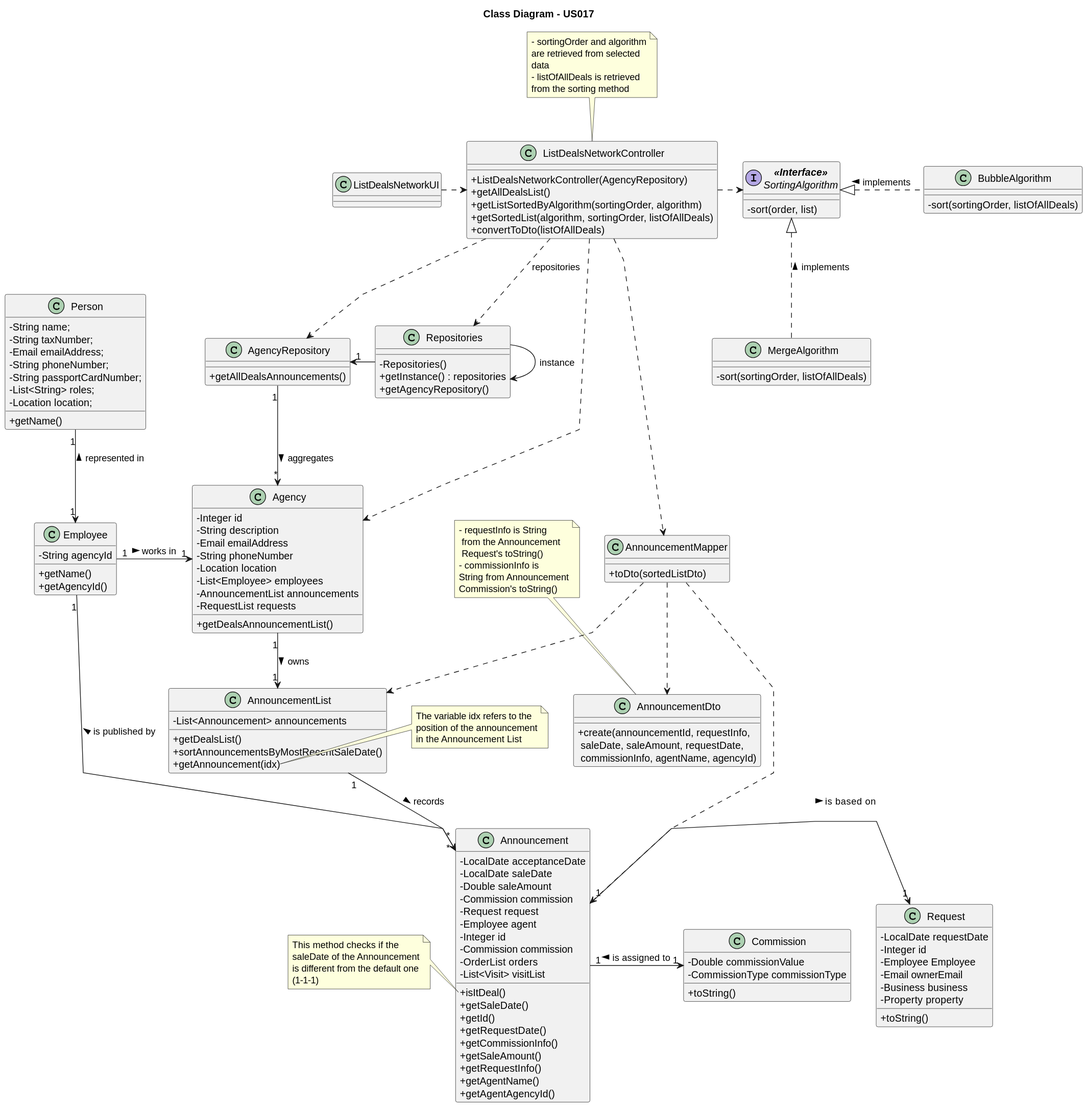
The PlantUML diagram docs/sprintD/us017/03.design/svg/us017-class-diagram.svg in rita-barbosa/LAPR2-2223, before a commit.
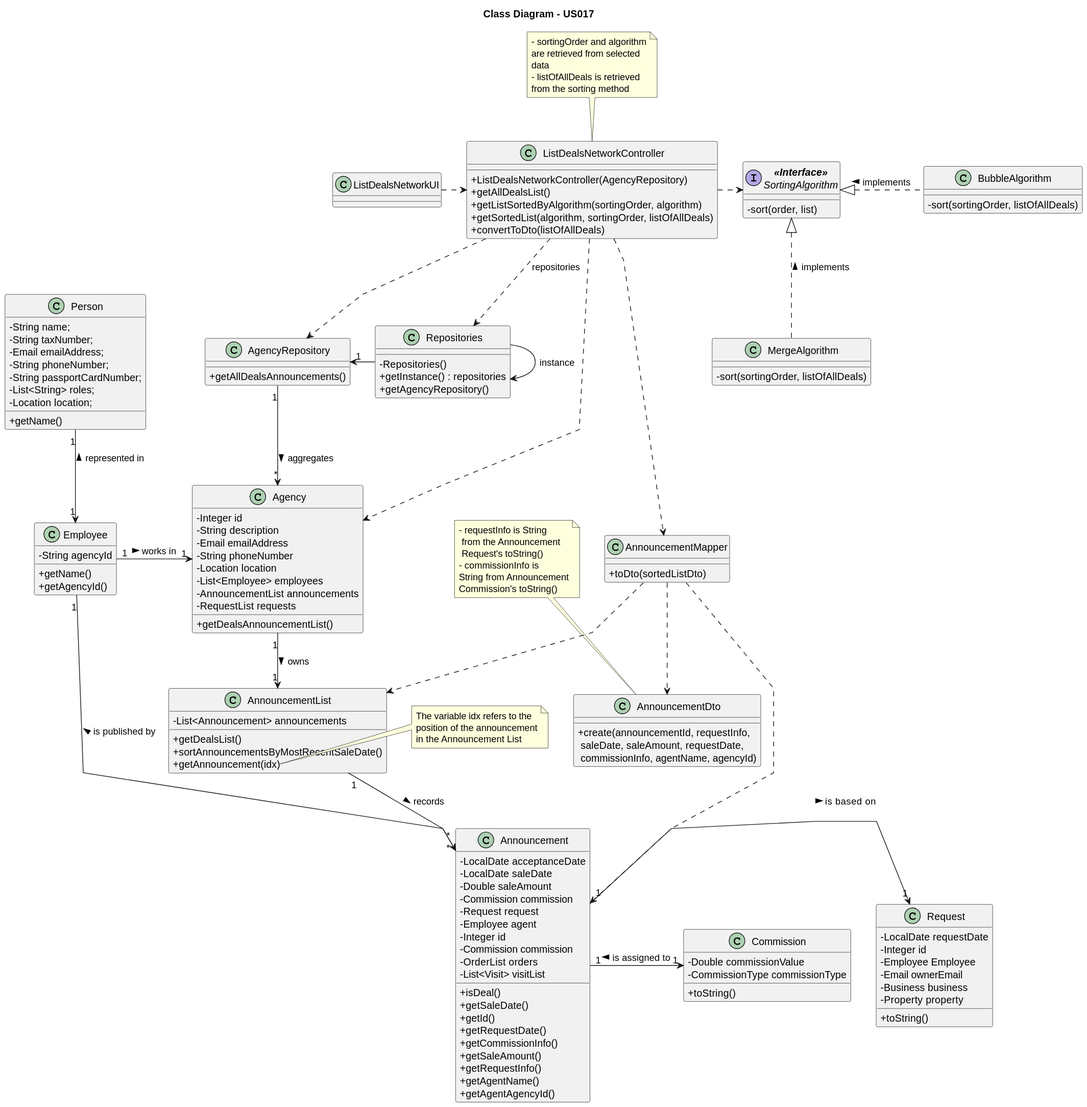
The same diagram one commit later.

Commit message:
Class Diagram Update [US017] [Design]

Change to the diagram source:
```diff
@@ -62,7 +62,7 @@
     - Commission commission
     - OrderList orders
     - List<Visit> visitList
-    + isItDeal()
+    + isDeal()
     + getSaleDate()
     + getId()
     + getRequestDate()
```
